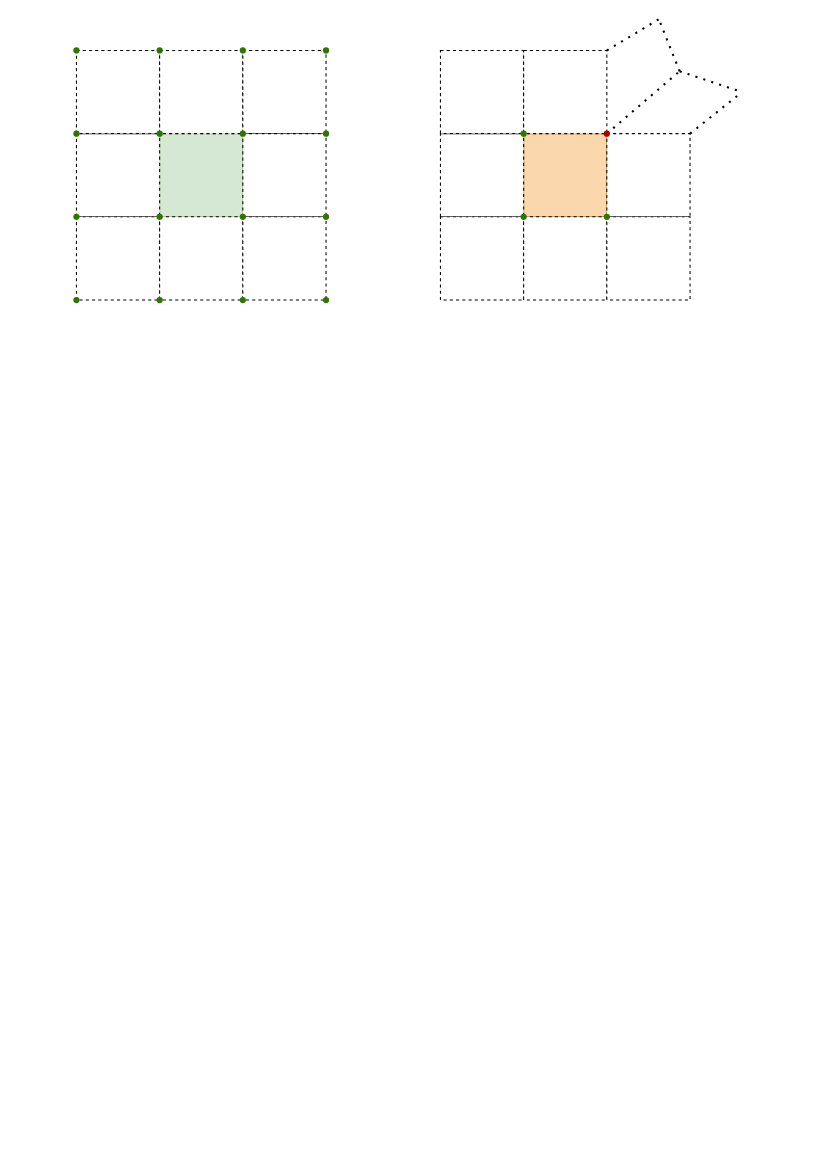
The draw.io diagram open_day.drawio in killroshan/visio_chart, before the edit. Source tidied: cells renumbered, new cells numbered last; positions are measured from the earlier drawing's top-left corner, leaving out a move shared by most shapes. Both pictures are drawn from the tidied source at 104%, with x=0, y=0 at pixel (55, 19).
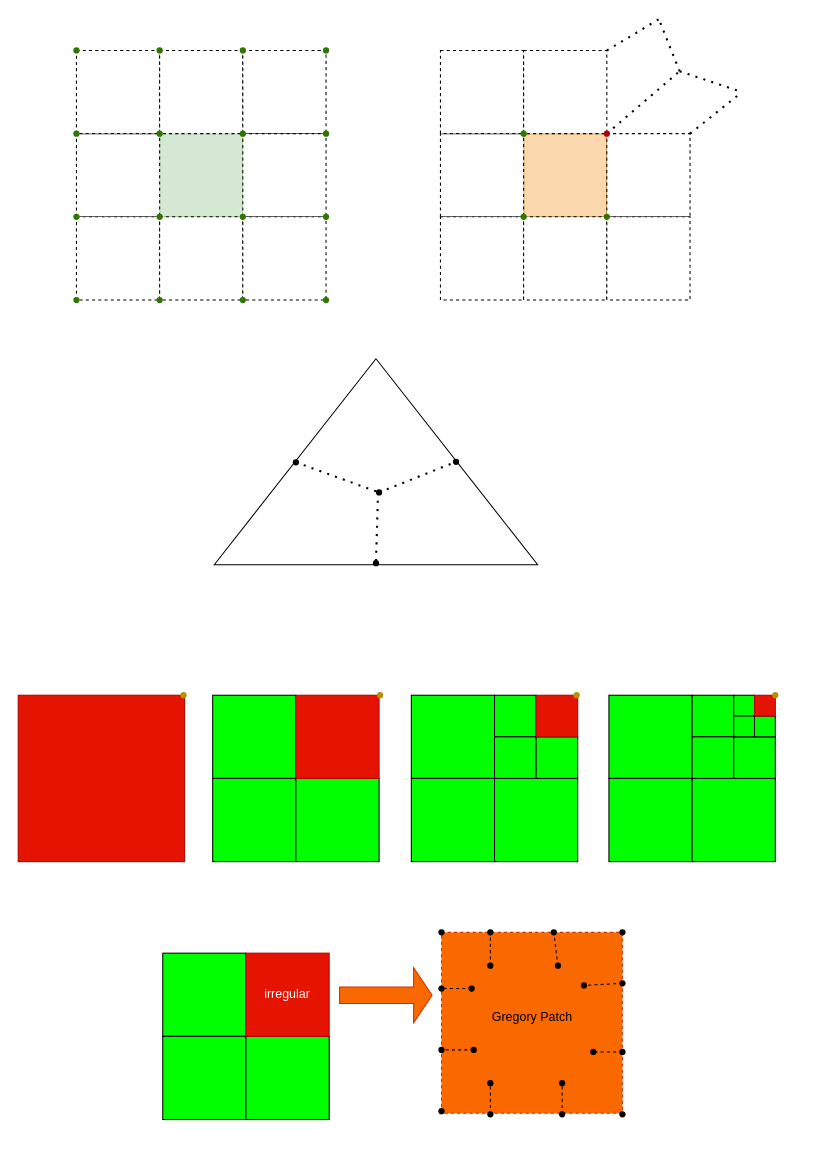
After the change.

The edit, as a diff of the source:
```diff
@@
+    <mxCell id="44" style="triangle;whiteSpace=wrap;html=1;rotation=-90;" parent="1" vertex="1">
+      <mxGeometry x="209" y="270" width="198" height="311" as="geometry" />
+    </mxCell>
+    <mxCell id="45" style="shape=waypoint;sketch=0;fillStyle=solid;size=6;points=[];fillColor=none;perimeter=centerPerimeter;snapToPoint=1;" parent="1" vertex="1">
+      <mxGeometry x="211" y="406" width="40" height="40" as="geometry" />
+    </mxCell>
+    <mxCell id="46" style="shape=waypoint;sketch=0;fillStyle=solid;size=6;points=[];fillColor=none;perimeter=centerPerimeter;snapToPoint=1;" parent="1" vertex="1">
+      <mxGeometry x="365" y="405.5" width="40" height="40" as="geometry" />
+    </mxCell>
+    <mxCell id="47" style="shape=waypoint;sketch=0;fillStyle=solid;size=6;points=[];fillColor=none;perimeter=centerPerimeter;snapToPoint=1;" parent="1" vertex="1">
+      <mxGeometry x="291" y="435" width="40" height="40" as="geometry" />
+    </mxCell>
+    <mxCell id="48" style="endArrow=none;dashed=1;html=1;dashPattern=1 3;strokeWidth=2;rounded=0;" parent="1" edge="1" source="45" target="47">
+      <mxGeometry relative="1" as="geometry" />
+    </mxCell>
+    <mxCell id="49" style="endArrow=none;dashed=1;html=1;dashPattern=1 3;strokeWidth=2;rounded=0;entryX=0.467;entryY=0.618;entryDx=0;entryDy=0;entryPerimeter=0;exitX=0.495;exitY=0.369;exitDx=0;exitDy=0;exitPerimeter=0;" parent="1" edge="1" source="47" target="46">
+      <mxGeometry relative="1" as="geometry" />
+    </mxCell>
+    <mxCell id="50" style="endArrow=none;dashed=1;html=1;dashPattern=1 3;strokeWidth=2;rounded=0;startArrow=none;" parent="1" edge="1" source="77">
+      <mxGeometry relative="1" as="geometry">
+        <mxPoint x="308" y="525" as="targetPoint" />
+      </mxGeometry>
+    </mxCell>
+    <mxCell id="51" style="whiteSpace=wrap;html=1;fillColor=#00FF00;" parent="1" vertex="1">
+      <mxGeometry x="342" y="650" width="80" height="80" as="geometry" />
+    </mxCell>
+    <mxCell id="52" style="whiteSpace=wrap;html=1;fillColor=#00FF00;" parent="1" vertex="1">
+      <mxGeometry x="422" y="650" width="40" height="40" as="geometry" />
+    </mxCell>
+    <mxCell id="53" style="whiteSpace=wrap;html=1;fillColor=#00FF00;" parent="1" vertex="1">
+      <mxGeometry x="342" y="730" width="80" height="80" as="geometry" />
+    </mxCell>
+    <mxCell id="54" style="whiteSpace=wrap;html=1;fillColor=#00FF00;" parent="1" vertex="1">
+      <mxGeometry x="422" y="730" width="80" height="80" as="geometry" />
+    </mxCell>
+    <mxCell id="55" style="whiteSpace=wrap;html=1;fillColor=#00FF00;" parent="1" vertex="1">
+      <mxGeometry x="422" y="690" width="40" height="40" as="geometry" />
+    </mxCell>
+    <mxCell id="56" style="whiteSpace=wrap;html=1;fillColor=#00FF00;" parent="1" vertex="1">
+      <mxGeometry x="462" y="690" width="40" height="40" as="geometry" />
+    </mxCell>
+    <mxCell id="57" style="whiteSpace=wrap;html=1;fillColor=#e51400;fontColor=#ffffff;strokeColor=#B20000;" parent="1" vertex="1">
+      <mxGeometry x="462" y="650" width="40" height="40" as="geometry" />
+    </mxCell>
+    <mxCell id="58" style="whiteSpace=wrap;html=1;fillColor=#00FF00;" parent="1" vertex="1">
+      <mxGeometry x="151" y="650" width="80" height="80" as="geometry" />
+    </mxCell>
+    <mxCell id="59" style="whiteSpace=wrap;html=1;fillColor=#00FF00;" parent="1" vertex="1">
+      <mxGeometry x="151" y="730" width="80" height="80" as="geometry" />
+    </mxCell>
+    <mxCell id="60" style="whiteSpace=wrap;html=1;fillColor=#00FF00;" parent="1" vertex="1">
+      <mxGeometry x="231" y="730" width="80" height="80" as="geometry" />
+    </mxCell>
+    <mxCell id="61" style="whiteSpace=wrap;html=1;fillColor=#e51400;fontColor=#ffffff;strokeColor=#B20000;" parent="1" vertex="1">
+      <mxGeometry x="231" y="650" width="80" height="80" as="geometry" />
+    </mxCell>
+    <mxCell id="62" style="whiteSpace=wrap;html=1;fillColor=#00FF00;" parent="1" vertex="1">
+      <mxGeometry x="532" y="650" width="80" height="80" as="geometry" />
+    </mxCell>
+    <mxCell id="63" style="whiteSpace=wrap;html=1;fillColor=#00FF00;" parent="1" vertex="1">
+      <mxGeometry x="612" y="650" width="40" height="40" as="geometry" />
+    </mxCell>
+    <mxCell id="64" style="whiteSpace=wrap;html=1;fillColor=#00FF00;" parent="1" vertex="1">
+      <mxGeometry x="532" y="730" width="80" height="80" as="geometry" />
+    </mxCell>
+    <mxCell id="65" style="whiteSpace=wrap;html=1;fillColor=#00FF00;" parent="1" vertex="1">
+      <mxGeometry x="612" y="730" width="80" height="80" as="geometry" />
+    </mxCell>
+    <mxCell id="66" style="whiteSpace=wrap;html=1;fillColor=#00FF00;" parent="1" vertex="1">
+      <mxGeometry x="612" y="690" width="40" height="40" as="geometry" />
+    </mxCell>
+    <mxCell id="67" style="whiteSpace=wrap;html=1;fillColor=#00FF00;" parent="1" vertex="1">
+      <mxGeometry x="652" y="690" width="40" height="40" as="geometry" />
+    </mxCell>
+    <mxCell id="68" style="whiteSpace=wrap;html=1;fillColor=#00FF00;" parent="1" vertex="1">
+      <mxGeometry x="652" y="650" width="20" height="20" as="geometry" />
+    </mxCell>
+    <mxCell id="69" style="whiteSpace=wrap;html=1;fillColor=#00FF00;" parent="1" vertex="1">
+      <mxGeometry x="652" y="670" width="20" height="20" as="geometry" />
+    </mxCell>
+    <mxCell id="70" style="whiteSpace=wrap;html=1;fillColor=#00FF00;" parent="1" vertex="1">
+      <mxGeometry x="672" y="670" width="20" height="20" as="geometry" />
+    </mxCell>
+    <mxCell id="71" style="whiteSpace=wrap;html=1;fillColor=#e51400;fontColor=#ffffff;strokeColor=#B20000;" parent="1" vertex="1">
+      <mxGeometry x="672" y="650" width="20" height="20" as="geometry" />
+    </mxCell>
+    <mxCell id="72" style="shape=waypoint;sketch=0;fillStyle=solid;size=6;fillColor=#e3c800;perimeter=centerPerimeter;fontColor=#000000;strokeColor=#B09500;" parent="1" vertex="1">
+      <mxGeometry x="292" y="630" width="40" height="40" as="geometry" />
+    </mxCell>
+    <mxCell id="73" style="shape=waypoint;sketch=0;fillStyle=solid;size=6;fillColor=#e3c800;perimeter=centerPerimeter;fontColor=#000000;strokeColor=#B09500;" parent="1" vertex="1">
+      <mxGeometry x="481" y="630" width="40" height="40" as="geometry" />
+    </mxCell>
+    <mxCell id="74" style="shape=waypoint;sketch=0;fillStyle=solid;size=6;fillColor=#e3c800;perimeter=centerPerimeter;fontColor=#000000;strokeColor=#B09500;" parent="1" vertex="1">
+      <mxGeometry x="672" y="630" width="40" height="40" as="geometry" />
+    </mxCell>
+    <mxCell id="75" style="whiteSpace=wrap;html=1;fillColor=#e51400;fontColor=#ffffff;strokeColor=#B20000;" parent="1" vertex="1">
+      <mxGeometry x="-36" y="650" width="160" height="160" as="geometry" />
+    </mxCell>
+    <mxCell id="76" style="shape=waypoint;sketch=0;fillStyle=solid;size=6;fillColor=#e3c800;perimeter=centerPerimeter;fontColor=#000000;strokeColor=#B09500;" parent="1" vertex="1">
+      <mxGeometry x="103" y="630" width="40" height="40" as="geometry" />
+    </mxCell>
+    <mxCell id="77" style="shape=waypoint;sketch=0;fillStyle=solid;size=6;points=[];fillColor=none;perimeter=centerPerimeter;snapToPoint=1;" parent="1" vertex="1">
+      <mxGeometry x="288" y="503" width="40" height="40" as="geometry" />
+    </mxCell>
+    <mxCell id="78" style="endArrow=none;dashed=1;html=1;dashPattern=1 3;strokeWidth=2;rounded=0;" parent="1" edge="1" target="77">
+      <mxGeometry relative="1" as="geometry">
+        <mxPoint x="310" y="455" as="sourcePoint" />
+      </mxGeometry>
+    </mxCell>
+    <mxCell id="79" style="whiteSpace=wrap;html=1;fillColor=#fa6800;dashed=1;fontColor=#000000;strokeColor=#C73500;" parent="1" vertex="1">
+      <mxGeometry x="371" y="878" width="174" height="174" as="geometry" />
+    </mxCell>
+    <mxCell id="80" style="shape=waypoint;sketch=0;fillStyle=solid;size=6;fillColor=none;perimeter=centerPerimeter;" parent="1" vertex="1">
+      <mxGeometry x="351" y="858" width="40" height="40" as="geometry" />
+    </mxCell>
+    <mxCell id="81" style="shape=waypoint;sketch=0;fillStyle=solid;size=6;points=[];fillColor=none;perimeter=centerPerimeter;snapToPoint=1;" parent="1" vertex="1">
+      <mxGeometry x="398" y="858" width="40" height="40" as="geometry" />
+    </mxCell>
+    <mxCell id="82" style="shape=waypoint;sketch=0;fillStyle=solid;size=6;points=[];fillColor=none;perimeter=centerPerimeter;snapToPoint=1;" parent="1" vertex="1">
+      <mxGeometry x="459" y="858" width="40" height="40" as="geometry" />
+    </mxCell>
+    <mxCell id="83" style="shape=waypoint;sketch=0;fillStyle=solid;size=6;fillColor=none;perimeter=centerPerimeter;" parent="1" vertex="1">
+      <mxGeometry x="525" y="858" width="40" height="40" as="geometry" />
+    </mxCell>
+    <mxCell id="84" style="shape=waypoint;sketch=0;fillStyle=solid;size=6;points=[];fillColor=none;perimeter=centerPerimeter;snapToPoint=1;" parent="1" vertex="1">
+      <mxGeometry x="351" y="912" width="40" height="40" as="geometry" />
+    </mxCell>
+    <mxCell id="85" style="shape=waypoint;sketch=0;fillStyle=solid;size=6;points=[];fillColor=none;perimeter=centerPerimeter;snapToPoint=1;" parent="1" vertex="1">
+      <mxGeometry x="351" y="971" width="40" height="40" as="geometry" />
+    </mxCell>
+    <mxCell id="86" style="shape=waypoint;sketch=0;fillStyle=solid;size=6;fillColor=none;perimeter=centerPerimeter;" parent="1" vertex="1">
+      <mxGeometry x="351" y="1030" width="40" height="40" as="geometry" />
+    </mxCell>
+    <mxCell id="87" style="shape=waypoint;sketch=0;fillStyle=solid;size=6;points=[];fillColor=none;perimeter=centerPerimeter;snapToPoint=1;" parent="1" vertex="1">
+      <mxGeometry x="398" y="1033" width="40" height="40" as="geometry" />
+    </mxCell>
+    <mxCell id="88" style="shape=waypoint;sketch=0;fillStyle=solid;size=6;points=[];fillColor=none;perimeter=centerPerimeter;snapToPoint=1;" parent="1" vertex="1">
+      <mxGeometry x="467" y="1033" width="40" height="40" as="geometry" />
+    </mxCell>
+    <mxCell id="89" style="shape=waypoint;sketch=0;fillStyle=solid;size=6;fillColor=none;perimeter=centerPerimeter;" parent="1" vertex="1">
+      <mxGeometry x="525" y="1033" width="40" height="40" as="geometry" />
+    </mxCell>
+    <mxCell id="90" style="shape=waypoint;sketch=0;fillStyle=solid;size=6;points=[];fillColor=none;perimeter=centerPerimeter;snapToPoint=1;" parent="1" vertex="1">
+      <mxGeometry x="525" y="907" width="40" height="40" as="geometry" />
+    </mxCell>
+    <mxCell id="91" style="shape=waypoint;sketch=0;fillStyle=solid;size=6;points=[];fillColor=none;perimeter=centerPerimeter;snapToPoint=1;" parent="1" vertex="1">
+      <mxGeometry x="525" y="973" width="40" height="40" as="geometry" />
+    </mxCell>
+    <mxCell id="92" style="shape=waypoint;sketch=0;fillStyle=solid;size=6;points=[];fillColor=none;perimeter=centerPerimeter;snapToPoint=1;" parent="1" vertex="1">
+      <mxGeometry x="398" y="890" width="40" height="40" as="geometry" />
+    </mxCell>
+    <mxCell id="93" style="shape=waypoint;sketch=0;fillStyle=solid;size=6;points=[];fillColor=none;perimeter=centerPerimeter;snapToPoint=1;" parent="1" vertex="1">
+      <mxGeometry x="380" y="912" width="40" height="40" as="geometry" />
+    </mxCell>
+    <mxCell id="94" style="shape=waypoint;sketch=0;fillStyle=solid;size=6;points=[];fillColor=none;perimeter=centerPerimeter;snapToPoint=1;" parent="1" vertex="1">
+      <mxGeometry x="382" y="971" width="40" height="40" as="geometry" />
+    </mxCell>
+    <mxCell id="95" style="shape=waypoint;sketch=0;fillStyle=solid;size=6;points=[];fillColor=none;perimeter=centerPerimeter;snapToPoint=1;" parent="1" vertex="1">
+      <mxGeometry x="398" y="1003" width="40" height="40" as="geometry" />
+    </mxCell>
+    <mxCell id="96" style="shape=waypoint;sketch=0;fillStyle=solid;size=6;points=[];fillColor=none;perimeter=centerPerimeter;snapToPoint=1;" parent="1" vertex="1">
+      <mxGeometry x="463" y="890" width="40" height="40" as="geometry" />
+    </mxCell>
+    <mxCell id="97" style="shape=waypoint;sketch=0;fillStyle=solid;size=6;points=[];fillColor=none;perimeter=centerPerimeter;snapToPoint=1;" parent="1" vertex="1">
+      <mxGeometry x="488" y="909" width="40" height="40" as="geometry" />
+    </mxCell>
+    <mxCell id="98" style="shape=waypoint;sketch=0;fillStyle=solid;size=6;points=[];fillColor=none;perimeter=centerPerimeter;snapToPoint=1;" parent="1" vertex="1">
+      <mxGeometry x="497" y="973" width="40" height="40" as="geometry" />
+    </mxCell>
+    <mxCell id="99" style="shape=waypoint;sketch=0;fillStyle=solid;size=6;points=[];fillColor=none;perimeter=centerPerimeter;snapToPoint=1;" parent="1" vertex="1">
+      <mxGeometry x="467" y="1003" width="40" height="40" as="geometry" />
+    </mxCell>
+    <mxCell id="100" style="endArrow=none;dashed=1;html=1;rounded=0;exitX=0.577;exitY=0.408;exitDx=0;exitDy=0;exitPerimeter=0;" parent="1" edge="1" source="92" target="81">
+      <mxGeometry relative="1" as="geometry" />
+    </mxCell>
+    <mxCell id="101" style="endArrow=none;dashed=1;html=1;rounded=0;exitX=0.43;exitY=0.526;exitDx=0;exitDy=0;exitPerimeter=0;" parent="1" edge="1" source="96" target="82">
+      <mxGeometry relative="1" as="geometry" />
+    </mxCell>
+    <mxCell id="102" style="endArrow=none;dashed=1;html=1;rounded=0;entryX=0.521;entryY=0.577;entryDx=0;entryDy=0;entryPerimeter=0;" parent="1" edge="1" source="93" target="84">
+      <mxGeometry relative="1" as="geometry" />
+    </mxCell>
+    <mxCell id="103" style="endArrow=none;dashed=1;html=1;rounded=0;" parent="1" edge="1" source="90" target="97">
+      <mxGeometry relative="1" as="geometry" />
+    </mxCell>
+    <mxCell id="104" style="endArrow=none;dashed=1;html=1;rounded=0;exitX=0.524;exitY=0.432;exitDx=0;exitDy=0;exitPerimeter=0;" parent="1" edge="1" source="94" target="85">
+      <mxGeometry relative="1" as="geometry" />
+    </mxCell>
+    <mxCell id="105" style="endArrow=none;dashed=1;html=1;rounded=0;exitX=0.595;exitY=0.481;exitDx=0;exitDy=0;exitPerimeter=0;entryX=0.575;entryY=0.609;entryDx=0;entryDy=0;entryPerimeter=0;" parent="1" edge="1" source="91" target="98">
+      <mxGeometry relative="1" as="geometry" />
+    </mxCell>
+    <mxCell id="106" style="endArrow=none;dashed=1;html=1;rounded=0;exitX=0.596;exitY=0.528;exitDx=0;exitDy=0;exitPerimeter=0;" parent="1" edge="1" source="88" target="99">
+      <mxGeometry relative="1" as="geometry" />
+    </mxCell>
+    <mxCell id="107" style="endArrow=none;dashed=1;html=1;rounded=0;exitX=0.587;exitY=0.449;exitDx=0;exitDy=0;exitPerimeter=0;entryX=0.568;entryY=0.391;entryDx=0;entryDy=0;entryPerimeter=0;" parent="1" edge="1" source="87" target="95">
+      <mxGeometry relative="1" as="geometry" />
+    </mxCell>
+    <mxCell id="108" value="Gregory Patch" style="text;html=1;align=center;verticalAlign=middle;strokeColor=none;fillColor=none;" parent="1" vertex="1">
+      <mxGeometry x="410.5" y="947" width="95" height="26" as="geometry" />
+    </mxCell>
+    <mxCell id="109" style="whiteSpace=wrap;html=1;fillColor=#00FF00;" parent="1" vertex="1">
+      <mxGeometry x="103" y="898" width="80" height="80" as="geometry" />
+    </mxCell>
+    <mxCell id="110" style="whiteSpace=wrap;html=1;fillColor=#00FF00;" parent="1" vertex="1">
+      <mxGeometry x="103" y="978" width="80" height="80" as="geometry" />
+    </mxCell>
+    <mxCell id="111" style="whiteSpace=wrap;html=1;fillColor=#00FF00;" parent="1" vertex="1">
+      <mxGeometry x="183" y="978" width="80" height="80" as="geometry" />
+    </mxCell>
+    <mxCell id="112" value="irregular" style="whiteSpace=wrap;html=1;fillColor=#e51400;fontColor=#ffffff;strokeColor=#B20000;" parent="1" vertex="1">
+      <mxGeometry x="183" y="898" width="80" height="80" as="geometry" />
+    </mxCell>
+    <mxCell id="113" style="shape=singleArrow;whiteSpace=wrap;html=1;fillColor=#fa6800;fontColor=#000000;strokeColor=#C73500;" parent="1" vertex="1">
+      <mxGeometry x="273" y="912" width="89" height="53" as="geometry" />
+    </mxCell>
```
